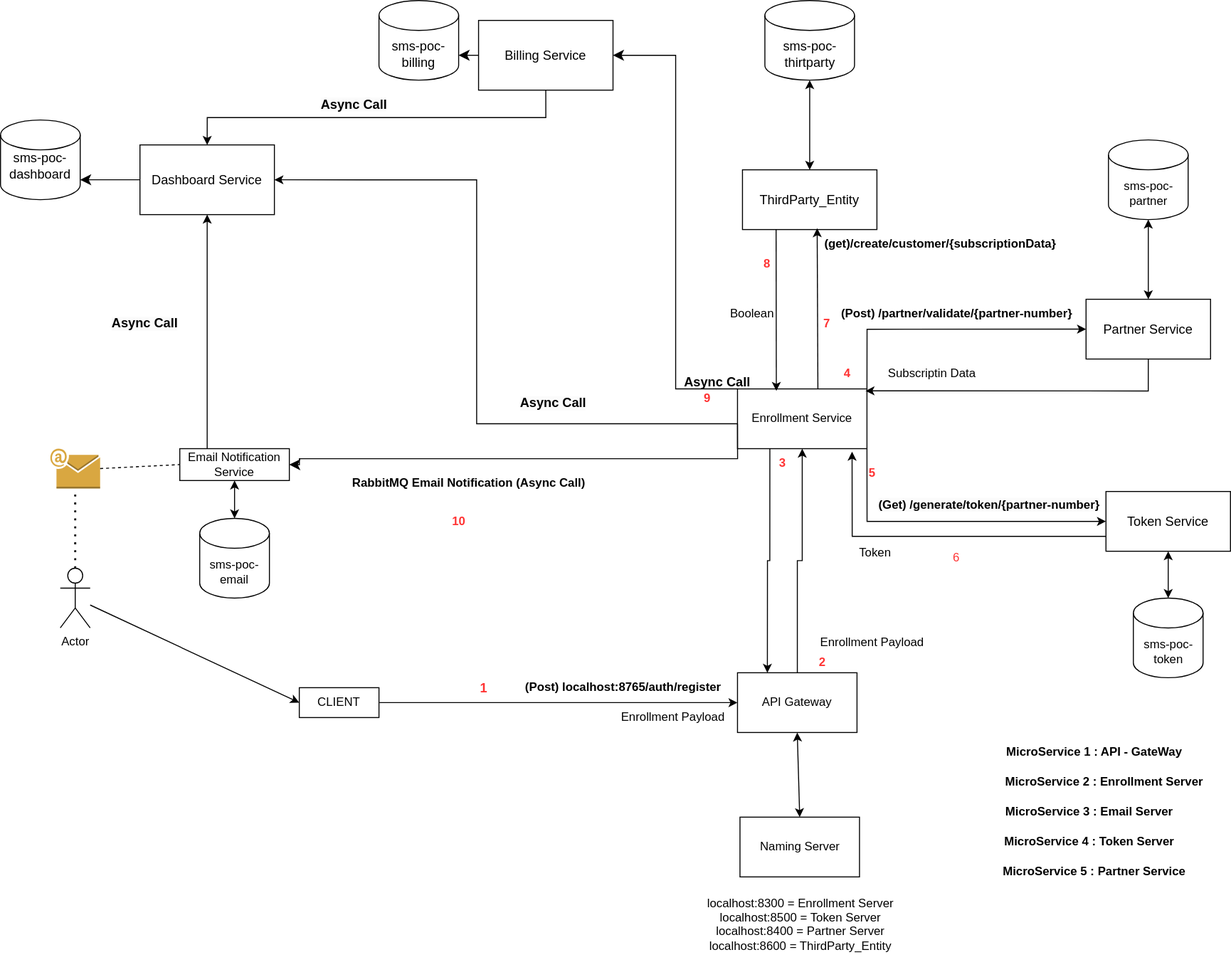
This is api-gateway/src/main/Untitled Diagram.drawio.svg from miit-netweb/SMS-POC-API-Gateway, a draw.io export, as it was before one commit. Source tidied: cells renumbered, new cells last; positions are measured from the earlier drawing's top-left corner, leaving out a move shared by most shapes.
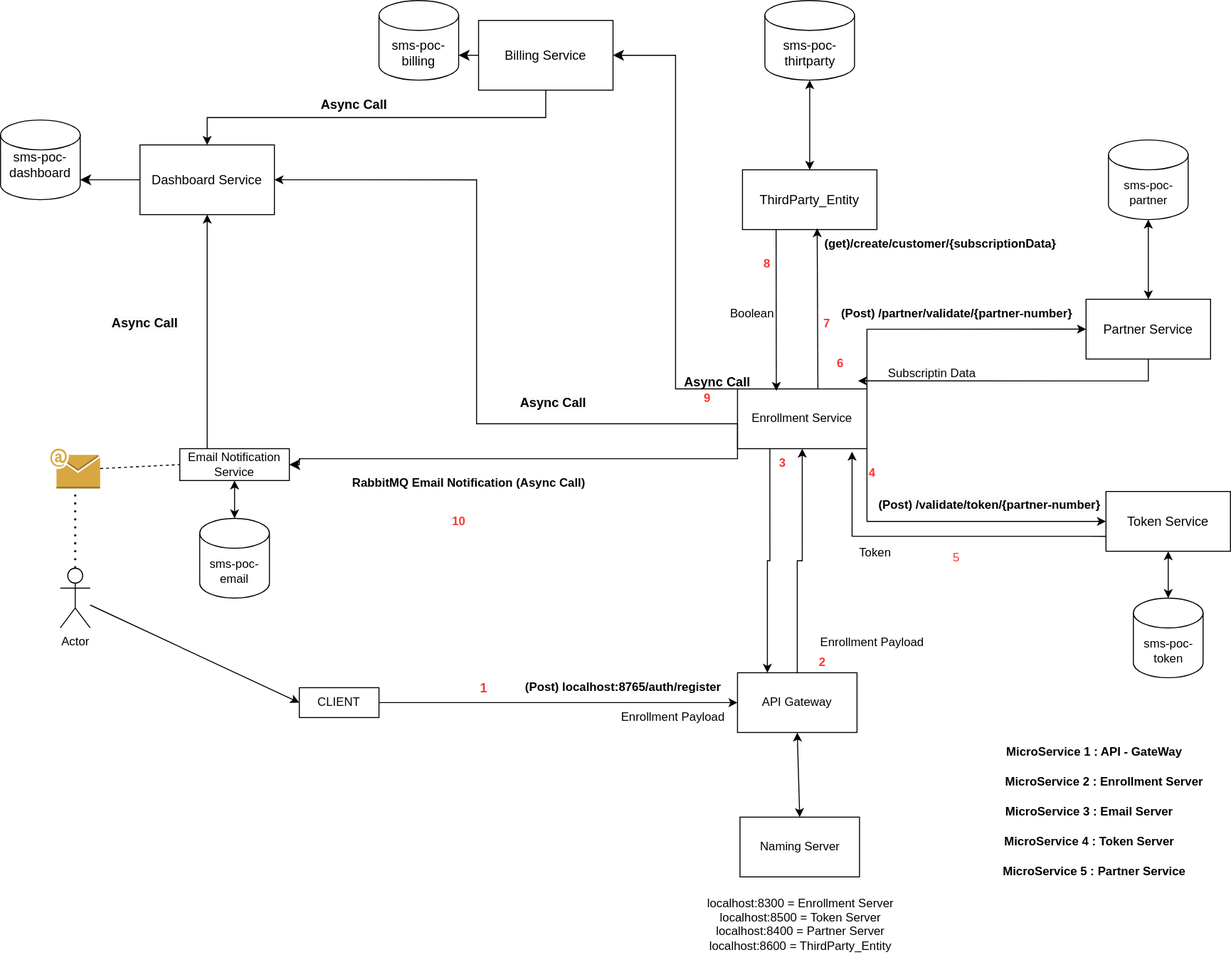
Later version of the same file.

What changed in the source:
```diff
@@ -117,8 +117,8 @@
     <mxCell id="37" value="&lt;b&gt;(Post) /partner/validate/{partner-number}&lt;/b&gt;" style="text;html=1;align=center;verticalAlign=middle;strokeColor=none;fillColor=none;" parent="1" vertex="1">
       <mxGeometry x="830" y="300" width="260" height="30" as="geometry" />
     </mxCell>
-    <mxCell id="38" value="&lt;b&gt;&lt;font color=&quot;#ff3333&quot;&gt;4&lt;/font&gt;&lt;/b&gt;" style="text;html=1;align=center;verticalAlign=middle;points=[];strokeColor=none;fillColor=none;" parent="1" vertex="1">
-      <mxGeometry x="835" y="360" width="30" height="30" as="geometry" />
+    <mxCell id="38" value="&lt;font color=&quot;#ff3333&quot;&gt;&lt;b&gt;6&lt;/b&gt;&lt;/font&gt;" style="text;html=1;align=center;verticalAlign=middle;points=[];strokeColor=none;fillColor=none;" parent="1" vertex="1">
+      <mxGeometry x="827.5" y="350" width="30" height="30" as="geometry" />
     </mxCell>
     <mxCell id="39" style="edgeStyle=orthogonalEdgeStyle;rounded=0;jettySize=auto;html=1;exitX=0.5;exitY=1;exitDx=0;exitDy=0;entryX=1.118;entryY=1.065;entryDx=0;entryDy=0;entryPerimeter=0;" parent="1" edge="1" source="36" target="38">
       <mxGeometry relative="1" as="geometry" />
@@ -126,10 +126,10 @@
     <mxCell id="40" value="Subscriptin Data" style="text;html=1;align=center;verticalAlign=middle;strokeColor=none;fillColor=none;" parent="1" vertex="1">
       <mxGeometry x="880" y="360" width="110" height="30" as="geometry" />
     </mxCell>
-    <mxCell id="41" value="&lt;b&gt;&lt;font color=&quot;#ff3333&quot;&gt;5&lt;/font&gt;&lt;/b&gt;" style="text;html=1;align=center;verticalAlign=middle;strokeColor=none;fillColor=none;" parent="1" vertex="1">
+    <mxCell id="41" value="&lt;font color=&quot;#ff3333&quot;&gt;&lt;b&gt;4&lt;/b&gt;&lt;/font&gt;" style="text;html=1;align=center;verticalAlign=middle;strokeColor=none;fillColor=none;" parent="1" vertex="1">
       <mxGeometry x="860" y="460" width="30" height="30" as="geometry" />
     </mxCell>
-    <mxCell id="42" value="&lt;span style=&quot;color: rgb(0, 0, 0); font-family: Helvetica; font-size: 12px; font-style: normal; font-variant-ligatures: normal; font-variant-caps: normal; letter-spacing: normal; orphans: 2; text-align: center; text-indent: 0px; text-transform: none; widows: 2; word-spacing: 0px; -webkit-text-stroke-width: 0px; white-space: nowrap; background-color: rgb(251, 251, 251); text-decoration-thickness: initial; text-decoration-style: initial; text-decoration-color: initial; float: none; display: inline !important;&quot;&gt;&lt;b&gt;(Get) /generate/token/{partner-number}&lt;/b&gt;&lt;/span&gt;" style="text;whiteSpace=wrap;html=1;" parent="1" vertex="1">
+    <mxCell id="42" value="&lt;span style=&quot;color: rgb(0, 0, 0); font-family: Helvetica; font-size: 12px; font-style: normal; font-variant-ligatures: normal; font-variant-caps: normal; letter-spacing: normal; orphans: 2; text-align: center; text-indent: 0px; text-transform: none; widows: 2; word-spacing: 0px; -webkit-text-stroke-width: 0px; white-space: nowrap; background-color: rgb(251, 251, 251); text-decoration-thickness: initial; text-decoration-style: initial; text-decoration-color: initial; float: none; display: inline !important;&quot;&gt;&lt;b&gt;(Post) /validate/token/{partner-number}&lt;/b&gt;&lt;/span&gt;" style="text;whiteSpace=wrap;html=1;" parent="1" vertex="1">
       <mxGeometry x="880" y="493" width="257.5" height="40" as="geometry" />
     </mxCell>
     <mxCell id="43" value="sms-poc-token" style="shape=cylinder3;whiteSpace=wrap;html=1;boundedLbl=1;backgroundOutline=1;size=15;" parent="1" vertex="1">
@@ -162,7 +162,7 @@
         <mxPoint x="820" y="228.6" as="targetPoint" />
       </mxGeometry>
     </mxCell>
-    <mxCell id="52" value="&lt;font color=&quot;#ff3333&quot;&gt;6&lt;/font&gt;" style="text;html=1;align=center;verticalAlign=middle;whiteSpace=wrap;rounded=0;" parent="1" vertex="1">
+    <mxCell id="52" value="&lt;font color=&quot;#ff3333&quot;&gt;5&lt;/font&gt;" style="text;html=1;align=center;verticalAlign=middle;whiteSpace=wrap;rounded=0;" parent="1" vertex="1">
       <mxGeometry x="930" y="545" width="60" height="30" as="geometry" />
     </mxCell>
     <mxCell id="53" value="&lt;b&gt;&lt;font color=&quot;#ff3333&quot;&gt;7&lt;/font&gt;&lt;/b&gt;" style="text;html=1;align=center;verticalAlign=middle;whiteSpace=wrap;rounded=0;" parent="1" vertex="1">
```
